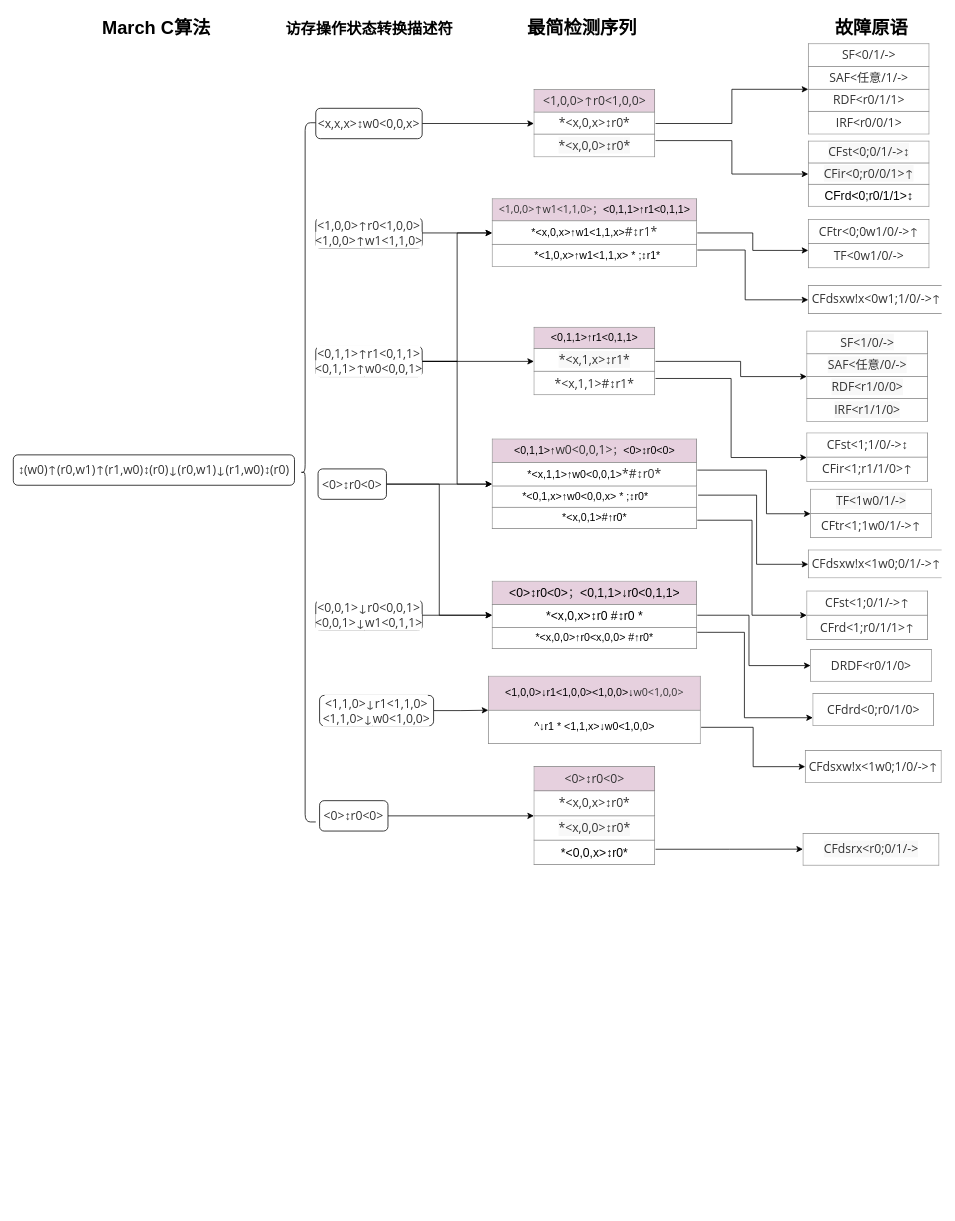
Before: doc/march c检测故障.drawio in shanshan-lu/homwork, a draw.io diagram. Source tidied: cells renumbered, new cells numbered last; positions are measured from the earlier drawing's top-left corner, leaving out a move shared by most shapes. Both pictures are drawn from the tidied source at 76%, with x=0, y=0 at pixel (13, 13).
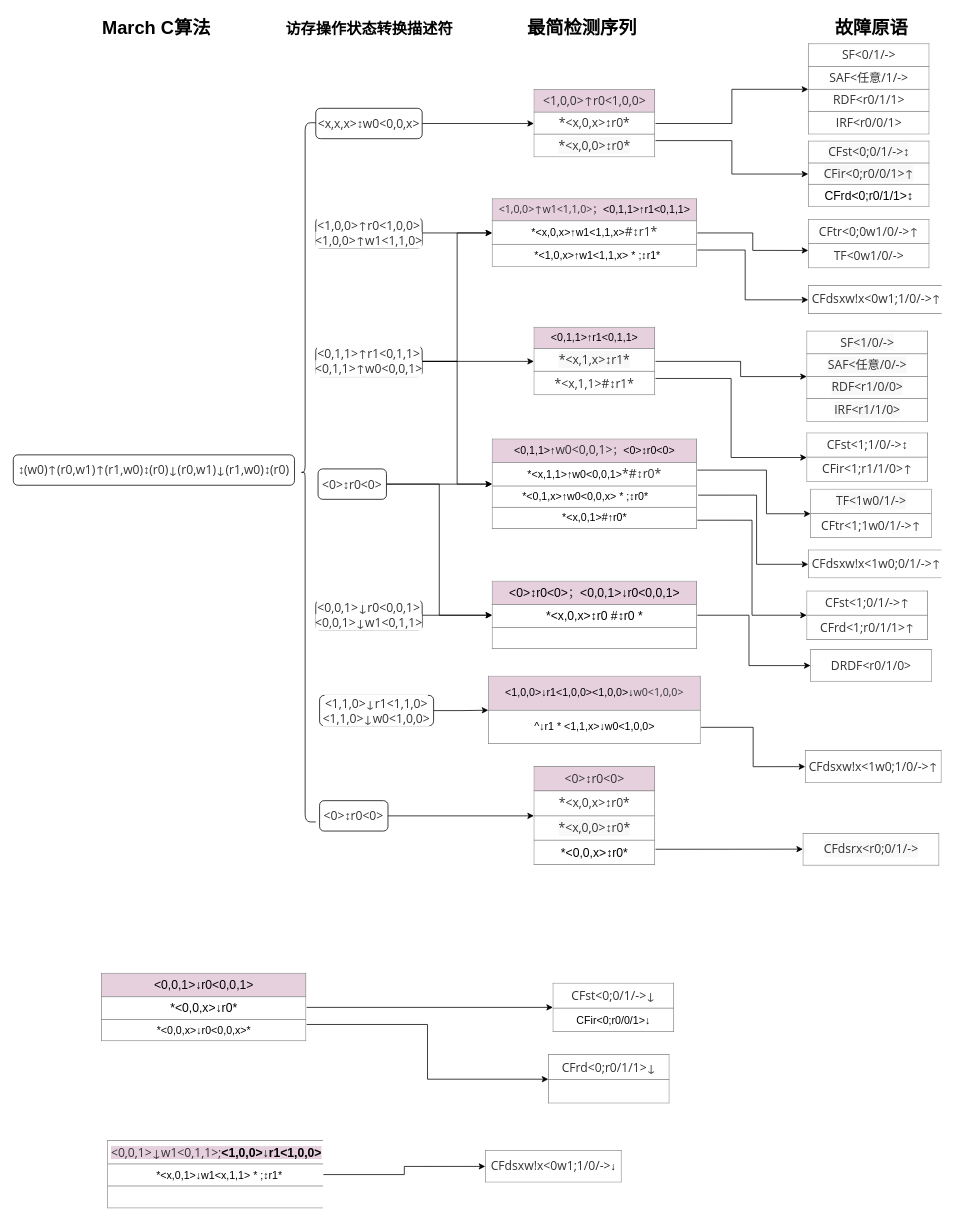
After the change.

Commit message:
更新march c检测故障.drawio

Diff of the diagram source:
```diff
@@
-    <mxCell id="18" style="edgeStyle=orthogonalEdgeStyle;rounded=0;jettySize=auto;html=1;exitX=1;exitY=0.75;exitDx=0;exitDy=0;entryX=0;entryY=0.75;entryDx=0;entryDy=0;" parent="1" edge="1" source="19" target="55">
-      <mxGeometry relative="1" as="geometry">
-        <Array as="points">
-          <mxPoint x="962" y="815" />
-          <mxPoint x="962" y="927" />
-        </Array>
-      </mxGeometry>
-    </mxCell>
-    <mxCell id="19" value="&lt;table border=&quot;1&quot; width=&quot;100%&quot; height=&quot;100%&quot; cellpadding=&quot;4&quot; style=&quot;width: 100%; height: 100%; border-collapse: collapse; font-size: 14px;&quot;&gt;&lt;tbody&gt;&lt;tr style=&quot;font-size: 16px;&quot;&gt;&lt;th style=&quot;background-color: rgb(230, 208, 222);&quot; align=&quot;center&quot;&gt;&lt;span style=&quot;font-weight: normal;&quot;&gt;&lt;font style=&quot;font-size: 16px;&quot;&gt;&amp;lt;0&amp;gt;↕r0&amp;lt;0&amp;gt;&lt;span style=&quot;color: rgb(51, 51, 51); font-family: &amp;quot;Open Sans&amp;quot;, &amp;quot;Clear Sans&amp;quot;, &amp;quot;Helvetica Neue&amp;quot;, Helvetica, Arial, sans-serif; orphans: 4; text-align: left;&quot;&gt;；&lt;/span&gt;&lt;/font&gt;&amp;lt;0,1,1&amp;gt;↓r0&amp;lt;0,1,1&amp;gt;&lt;/span&gt;&lt;br&gt;&lt;/th&gt;&lt;/tr&gt;&lt;tr&gt;&lt;td align=&quot;center&quot;&gt;&lt;font style=&quot;font-size: 16px;&quot;&gt;*&amp;lt;x,0,x&amp;gt;↕r0 #↕r0 *&lt;/font&gt;&lt;br&gt;&lt;/td&gt;&lt;/tr&gt;&lt;tr&gt;&lt;td style=&quot;text-align: center;&quot;&gt;*&amp;lt;x,0,0&amp;gt;↑r0&amp;lt;x,0,0&amp;gt; #↑r0*&lt;br&gt;&lt;/td&gt;&lt;/tr&gt;&lt;/tbody&gt;&lt;/table&gt;" style="text;html=1;strokeColor=none;fillColor=none;overflow=fill;rounded=1;glass=0;arcSize=27;" parent="1" vertex="1">
+    <mxCell id="19" value="&lt;table border=&quot;1&quot; width=&quot;100%&quot; height=&quot;100%&quot; cellpadding=&quot;4&quot; style=&quot;width: 100%; height: 100%; border-collapse: collapse; font-size: 14px;&quot;&gt;&lt;tbody&gt;&lt;tr style=&quot;font-size: 16px;&quot;&gt;&lt;th style=&quot;background-color: rgb(230, 208, 222);&quot; align=&quot;center&quot;&gt;&lt;span style=&quot;font-weight: normal;&quot;&gt;&lt;font style=&quot;font-size: 16px;&quot;&gt;&amp;lt;0&amp;gt;↕r0&amp;lt;0&amp;gt;&lt;span style=&quot;color: rgb(51, 51, 51); font-family: &amp;quot;Open Sans&amp;quot;, &amp;quot;Clear Sans&amp;quot;, &amp;quot;Helvetica Neue&amp;quot;, Helvetica, Arial, sans-serif; orphans: 4; text-align: left;&quot;&gt;；&lt;/span&gt;&lt;/font&gt;&amp;lt;0,0,1&amp;gt;↓r0&amp;lt;0,0,1&amp;gt;&lt;/span&gt;&lt;br&gt;&lt;/th&gt;&lt;/tr&gt;&lt;tr&gt;&lt;td align=&quot;center&quot;&gt;&lt;font style=&quot;font-size: 16px;&quot;&gt;*&amp;lt;x,0,x&amp;gt;↕r0 #↕r0 *&lt;/font&gt;&lt;br&gt;&lt;/td&gt;&lt;/tr&gt;&lt;tr&gt;&lt;td style=&quot;text-align: center;&quot;&gt;&lt;br&gt;&lt;/td&gt;&lt;/tr&gt;&lt;/tbody&gt;&lt;/table&gt;" style="text;html=1;strokeColor=none;fillColor=none;overflow=fill;rounded=1;glass=0;arcSize=27;" parent="1" vertex="1">
       <mxGeometry x="630" y="747" width="270" height="90" as="geometry" />
     </mxCell>
@@
-    <mxCell id="55" value="&lt;table border=&quot;1&quot; width=&quot;100%&quot; height=&quot;100%&quot; cellpadding=&quot;4&quot; style=&quot;width: 100%; height: 100%; border-collapse: collapse; background-color: rgb(255, 255, 255);&quot;&gt;&lt;tbody&gt;&lt;tr&gt;&lt;th style=&quot;text-align: center;&quot;&gt;&lt;span style=&quot;color: rgb(51, 51, 51); font-family: &amp;quot;Open Sans&amp;quot;, &amp;quot;Clear Sans&amp;quot;, &amp;quot;Helvetica Neue&amp;quot;, Helvetica, Arial, sans-serif; font-size: 16px; font-weight: 400; text-align: left;&quot;&gt;CFdrd&amp;lt;0;r0/1/0&amp;gt;&lt;/span&gt;&lt;br&gt;&lt;/th&gt;&lt;/tr&gt;&lt;/tbody&gt;&lt;/table&gt;" style="text;html=1;overflow=fill;rounded=1;glass=0;labelBackgroundColor=#E6D0DE;fontSize=14;" parent="1" vertex="1">
-      <mxGeometry x="1052" y="895" width="160" height="42.5" as="geometry" />
-    </mxCell>
@@
+    <mxCell id="58" style="edgeStyle=orthogonalEdgeStyle;rounded=0;jettySize=auto;html=1;exitX=1;exitY=0.5;exitDx=0;exitDy=0;entryX=0;entryY=0.5;entryDx=0;entryDy=0;" parent="1" edge="1" source="60" target="61">
+      <mxGeometry relative="1" as="geometry" />
+    </mxCell>
+    <mxCell id="59" style="edgeStyle=orthogonalEdgeStyle;rounded=0;jettySize=auto;html=1;exitX=1;exitY=0.75;exitDx=0;exitDy=0;entryX=0;entryY=0.5;entryDx=0;entryDy=0;" parent="1" edge="1" source="60" target="62">
+      <mxGeometry relative="1" as="geometry" />
+    </mxCell>
+    <mxCell id="60" value="&lt;table border=&quot;1&quot; width=&quot;100%&quot; height=&quot;100%&quot; cellpadding=&quot;4&quot; style=&quot;width: 100%; height: 100%; border-collapse: collapse; font-size: 14px;&quot;&gt;&lt;tbody&gt;&lt;tr style=&quot;font-size: 16px;&quot;&gt;&lt;th style=&quot;background-color: rgb(230, 208, 222);&quot; align=&quot;center&quot;&gt;&lt;span style=&quot;font-weight: normal;&quot;&gt;&amp;lt;0,0,1&amp;gt;↓r0&amp;lt;0,0,1&amp;gt;&lt;/span&gt;&lt;br&gt;&lt;/th&gt;&lt;/tr&gt;&lt;tr&gt;&lt;td align=&quot;center&quot;&gt;&lt;span style=&quot;font-size: 16px;&quot;&gt;*&amp;lt;0,0,x&amp;gt;↓r0*&lt;/span&gt;&lt;/td&gt;&lt;/tr&gt;&lt;tr&gt;&lt;td style=&quot;text-align: center;&quot;&gt;*&amp;lt;0,0,x&amp;gt;↓r0&amp;lt;0,0,x&amp;gt;*&lt;br&gt;&lt;/td&gt;&lt;/tr&gt;&lt;/tbody&gt;&lt;/table&gt;" style="text;html=1;strokeColor=none;fillColor=none;overflow=fill;rounded=1;glass=0;arcSize=27;" parent="1" vertex="1">
+      <mxGeometry x="116" y="1263" width="270" height="90" as="geometry" />
+    </mxCell>
+    <mxCell id="61" value="&lt;table border=&quot;1&quot; width=&quot;100%&quot; height=&quot;100%&quot; cellpadding=&quot;4&quot; style=&quot;width: 100%; height: 100%; border-collapse: collapse; background-color: rgb(255, 255, 255);&quot;&gt;&lt;tbody&gt;&lt;tr&gt;&lt;th style=&quot;text-align: center;&quot;&gt;&lt;span style=&quot;color: rgb(51, 51, 51); font-family: &amp;quot;Open Sans&amp;quot;, &amp;quot;Clear Sans&amp;quot;, &amp;quot;Helvetica Neue&amp;quot;, Helvetica, Arial, sans-serif; font-size: 16px; font-weight: 400; text-align: left;&quot;&gt;CFst&amp;lt;0;0/1/-&amp;gt;&lt;/span&gt;&lt;font face=&quot;Open Sans, Clear Sans, Helvetica Neue, Helvetica, Arial, sans-serif&quot; color=&quot;#333333&quot;&gt;&lt;span style=&quot;font-size: 16px; font-weight: 400;&quot;&gt;↓&lt;/span&gt;&lt;/font&gt;&lt;br&gt;&lt;/th&gt;&lt;/tr&gt;&lt;tr&gt;&lt;td style=&quot;&quot; align=&quot;center&quot;&gt;CFir&amp;lt;0;r0/0/1&amp;gt;↓&lt;/td&gt;&lt;/tr&gt;&lt;/tbody&gt;&lt;/table&gt;" style="text;html=1;overflow=fill;rounded=1;glass=0;labelBackgroundColor=#E6D0DE;fontSize=14;" parent="1" vertex="1">
+      <mxGeometry x="710" y="1275.5" width="160" height="65" as="geometry" />
+    </mxCell>
+    <mxCell id="62" value="&lt;table border=&quot;1&quot; width=&quot;100%&quot; height=&quot;100%&quot; cellpadding=&quot;4&quot; style=&quot;width: 100%; height: 100%; border-collapse: collapse; background-color: rgb(255, 255, 255);&quot;&gt;&lt;tbody&gt;&lt;tr&gt;&lt;th style=&quot;text-align: center;&quot;&gt;&lt;span style=&quot;color: rgb(51, 51, 51); font-family: &amp;quot;Open Sans&amp;quot;, &amp;quot;Clear Sans&amp;quot;, &amp;quot;Helvetica Neue&amp;quot;, Helvetica, Arial, sans-serif; font-size: 16px; font-weight: 400; text-align: left;&quot;&gt;CFrd&amp;lt;0;r0/1/1&amp;gt;&lt;/span&gt;&lt;font face=&quot;Open Sans, Clear Sans, Helvetica Neue, Helvetica, Arial, sans-serif&quot; color=&quot;#333333&quot;&gt;&lt;span style=&quot;font-size: 16px; font-weight: 400;&quot;&gt;↓&lt;/span&gt;&lt;/font&gt;&lt;br&gt;&lt;/th&gt;&lt;/tr&gt;&lt;tr&gt;&lt;td style=&quot;&quot; align=&quot;center&quot;&gt;&lt;br&gt;&lt;/td&gt;&lt;/tr&gt;&lt;/tbody&gt;&lt;/table&gt;" style="text;html=1;overflow=fill;rounded=1;glass=0;labelBackgroundColor=#E6D0DE;fontSize=14;" parent="1" vertex="1">
+      <mxGeometry x="704" y="1370" width="160" height="65" as="geometry" />
+    </mxCell>
+    <mxCell id="63" style="edgeStyle=orthogonalEdgeStyle;rounded=0;jettySize=auto;html=1;exitX=1;exitY=0.5;exitDx=0;exitDy=0;entryX=0;entryY=0.5;entryDx=0;entryDy=0;" parent="1" edge="1" source="64" target="65">
+      <mxGeometry relative="1" as="geometry" />
+    </mxCell>
+    <mxCell id="64" value="&lt;table border=&quot;1&quot; width=&quot;100%&quot; height=&quot;100%&quot; cellpadding=&quot;4&quot; style=&quot;width: 100%; height: 100%; border-collapse: collapse; font-size: 14px;&quot;&gt;&lt;tbody&gt;&lt;tr style=&quot;font-size: 16px;&quot;&gt;&lt;th style=&quot;&quot; align=&quot;center&quot;&gt;&lt;span style=&quot;background-color: rgb(230, 208, 222);&quot;&gt;&lt;span style=&quot;font-weight: 400; color: rgb(51, 51, 51); font-family: &amp;quot;Open Sans&amp;quot;, &amp;quot;Clear Sans&amp;quot;, &amp;quot;Helvetica Neue&amp;quot;, Helvetica, Arial, sans-serif; orphans: 4; text-align: left;&quot;&gt;&amp;lt;0,0,1&amp;gt;↓&lt;/span&gt;&lt;span style=&quot;font-weight: 400; color: rgb(51, 51, 51); font-family: &amp;quot;Open Sans&amp;quot;, &amp;quot;Clear Sans&amp;quot;, &amp;quot;Helvetica Neue&amp;quot;, Helvetica, Arial, sans-serif; orphans: 4; text-align: left;&quot;&gt;w1&amp;lt;0,1,1&amp;gt;;&lt;/span&gt;&amp;lt;1,0,0&amp;gt;↓r1&amp;lt;1,0,0&amp;gt;&lt;/span&gt;&lt;br&gt;&lt;/th&gt;&lt;/tr&gt;&lt;tr&gt;&lt;td align=&quot;center&quot;&gt;&amp;nbsp; *&amp;lt;x,0,1&amp;gt;↓w1&amp;lt;x,1,1&amp;gt; * ;↕r1*&lt;br&gt;&lt;/td&gt;&lt;/tr&gt;&lt;tr&gt;&lt;td style=&quot;text-align: center;&quot;&gt;&lt;br&gt;&lt;/td&gt;&lt;/tr&gt;&lt;/tbody&gt;&lt;/table&gt;" style="text;html=1;strokeColor=none;fillColor=none;overflow=fill;rounded=1;glass=0;arcSize=27;" parent="1" vertex="1">
+      <mxGeometry x="124" y="1483" width="284" height="90" as="geometry" />
+    </mxCell>
+    <mxCell id="65" value="&lt;table border=&quot;1&quot; width=&quot;100%&quot; height=&quot;100%&quot; cellpadding=&quot;4&quot; style=&quot;width: 100%; height: 100%; border-collapse: collapse; background-color: rgb(255, 255, 255);&quot;&gt;&lt;tbody&gt;&lt;tr&gt;&lt;th style=&quot;text-align: center;&quot;&gt;&lt;span style=&quot;color: rgb(51, 51, 51); font-family: &amp;quot;Open Sans&amp;quot;, &amp;quot;Clear Sans&amp;quot;, &amp;quot;Helvetica Neue&amp;quot;, Helvetica, Arial, sans-serif; font-size: 16px; font-weight: 400; text-align: left;&quot;&gt;CFdsxw!x&amp;lt;0w1;1/0/-&amp;gt;&lt;/span&gt;↓&lt;br&gt;&lt;/th&gt;&lt;/tr&gt;&lt;/tbody&gt;&lt;/table&gt;" style="text;html=1;overflow=fill;rounded=1;glass=0;labelBackgroundColor=#E6D0DE;fontSize=14;" parent="1" vertex="1">
+      <mxGeometry x="621" y="1496" width="180" height="42.5" as="geometry" />
+    </mxCell>
```
